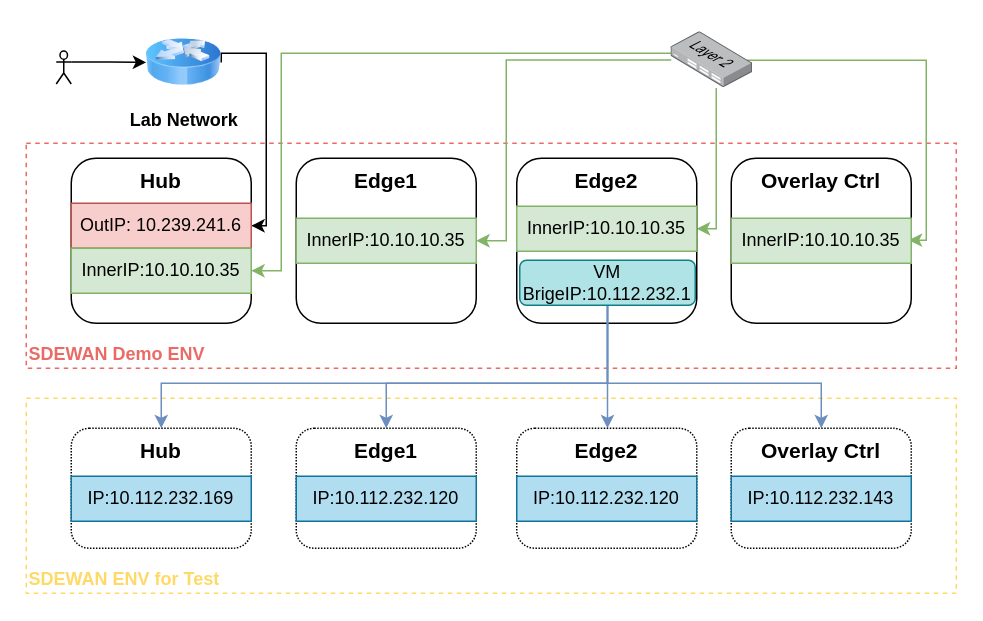
Before: SDEWAN.drawio in Airren/ByteGopherComment, a draw.io diagram. Source tidied: cells renumbered, new cells numbered last; positions are measured from the earlier drawing's top-left corner, leaving out a move shared by most shapes. Both pictures are drawn from the tidied source at 150%, with x=0, y=0 at pixel (26, 24).
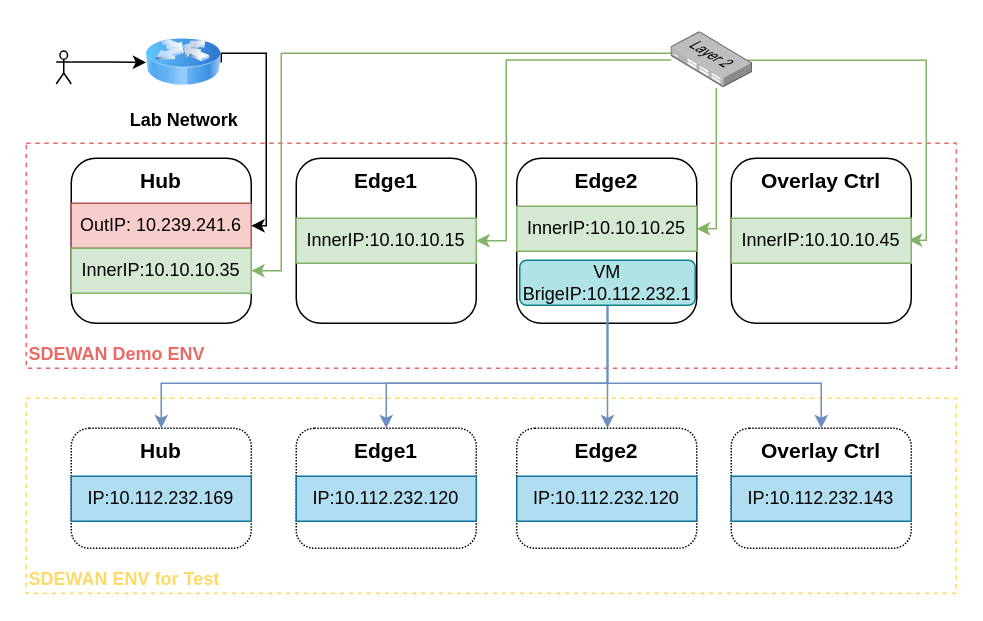
The same page after the edit.

Change to the diagram source:
```diff
@@
-    <mxCell id="17" value="&lt;span&gt;I&lt;/span&gt;nnerIP:10.10.10.35" style="rounded=0;whiteSpace=wrap;html=1;fillColor=#d5e8d4;strokeColor=#82b366;" parent="1" vertex="1">
+    <mxCell id="17" value="&lt;span&gt;I&lt;/span&gt;nnerIP:10.10.10.15" style="rounded=0;whiteSpace=wrap;html=1;fillColor=#d5e8d4;strokeColor=#82b366;" parent="1" vertex="1">
       <mxGeometry x="180" y="129" width="120" height="30" as="geometry" />
     </mxCell>
@@
-    <mxCell id="19" value="&lt;span&gt;I&lt;/span&gt;nnerIP:10.10.10.35" style="rounded=0;whiteSpace=wrap;html=1;fillColor=#d5e8d4;strokeColor=#82b366;" parent="1" vertex="1">
+    <mxCell id="19" value="&lt;span&gt;I&lt;/span&gt;nnerIP:10.10.10.25" style="rounded=0;whiteSpace=wrap;html=1;fillColor=#d5e8d4;strokeColor=#82b366;" parent="1" vertex="1">
       <mxGeometry x="327" y="121" width="120" height="30" as="geometry" />
     </mxCell>
@@
-    <mxCell id="21" value="&lt;span&gt;I&lt;/span&gt;nnerIP:10.10.10.35" style="rounded=0;whiteSpace=wrap;html=1;fillColor=#d5e8d4;strokeColor=#82b366;" parent="1" vertex="1">
+    <mxCell id="21" value="&lt;span&gt;I&lt;/span&gt;nnerIP:10.10.10.45" style="rounded=0;whiteSpace=wrap;html=1;fillColor=#d5e8d4;strokeColor=#82b366;" parent="1" vertex="1">
       <mxGeometry x="470" y="129" width="120" height="30" as="geometry" />
     </mxCell>
```
